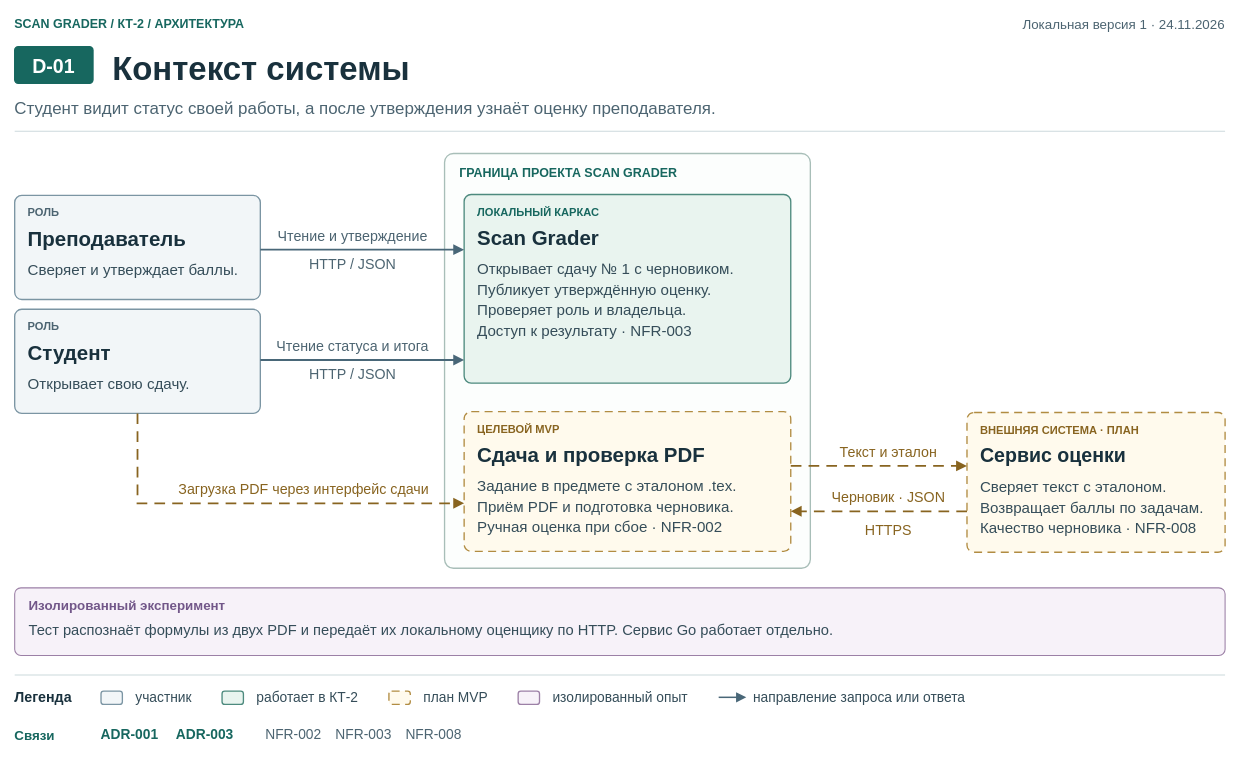
The draw.io diagram page "D-01 · Контекст системы" (1 of 6) of docs/architecture/scan-grader.drawio in imogenclam/scanGrader_NIS, before the edit. Source tidied: cells renumbered, new cells numbered last; positions are measured from the earlier drawing's top-left corner, leaving out a move shared by most shapes. Both pictures are drawn from the tidied source at 89%, with x=0, y=0 at pixel (14, 14).
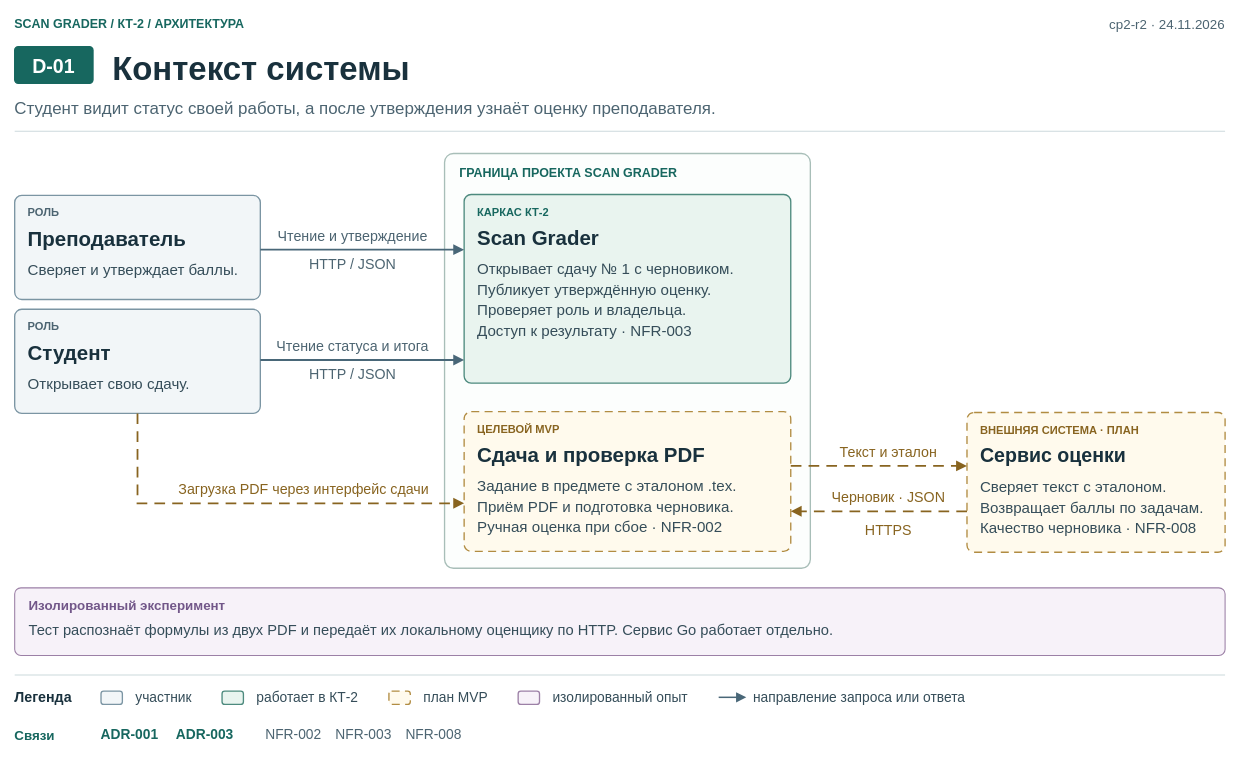
The same page after the edit.

The change refers to these unchanged cells:
```xml
<mxCell id="19" style="shape=rectangle;rounded=1;absoluteArcSize=1;arcSize=16;html=0;fillColor=#E9F4EF;strokeColor=#4D8A7E;strokeWidth=1.5;dashed=0;dashPattern=6 4;" parent="9" vertex="1">
  <mxGeometry x="22" y="46" width="367" height="212" as="geometry" />
</mxCell>
```

What changed in the source:
```diff
@@
-    <mxCell id="3" value="Локальная версия 1   ·   24.11.2026" style="text;html=0;whiteSpace=nowrap;strokeColor=none;fillColor=none;align=right;verticalAlign=middle;fontFamily=Arial;fontSize=15;fontColor=#4C6471;fontStyle=0;spacing=0;spacingTop=0;spacingLeft=0;spacingRight=0;spacingBottom=0;" parent="1" vertex="1">
+    <mxCell id="3" value="cp2-r2   ·   24.11.2026" style="text;html=0;whiteSpace=nowrap;strokeColor=none;fillColor=none;align=right;verticalAlign=middle;fontFamily=Arial;fontSize=15;fontColor=#4C6471;fontStyle=0;spacing=0;spacingTop=0;spacingLeft=0;spacingRight=0;spacingBottom=0;" parent="1" vertex="1">
       <mxGeometry x="750" width="610" height="20" as="geometry" />
     </mxCell>
@@
-    <mxCell id="20" value="ЛОКАЛЬНЫЙ КАРКАС" style="text;html=0;whiteSpace=nowrap;strokeColor=none;fillColor=none;align=left;verticalAlign=middle;fontFamily=Arial;fontSize=12.5;fontColor=#17675F;fontStyle=1;spacing=0;spacingTop=0;spacingLeft=0;spacingRight=0;spacingBottom=0;" parent="19" vertex="1">
+    <mxCell id="20" value="КАРКАС КТ-2" style="text;html=0;whiteSpace=nowrap;strokeColor=none;fillColor=none;align=left;verticalAlign=middle;fontFamily=Arial;fontSize=12.5;fontColor=#17675F;fontStyle=1;spacing=0;spacingTop=0;spacingLeft=0;spacingRight=0;spacingBottom=0;" parent="19" vertex="1">
       <mxGeometry x="15" y="10" width="337" height="18" as="geometry" />
     </mxCell>
```
